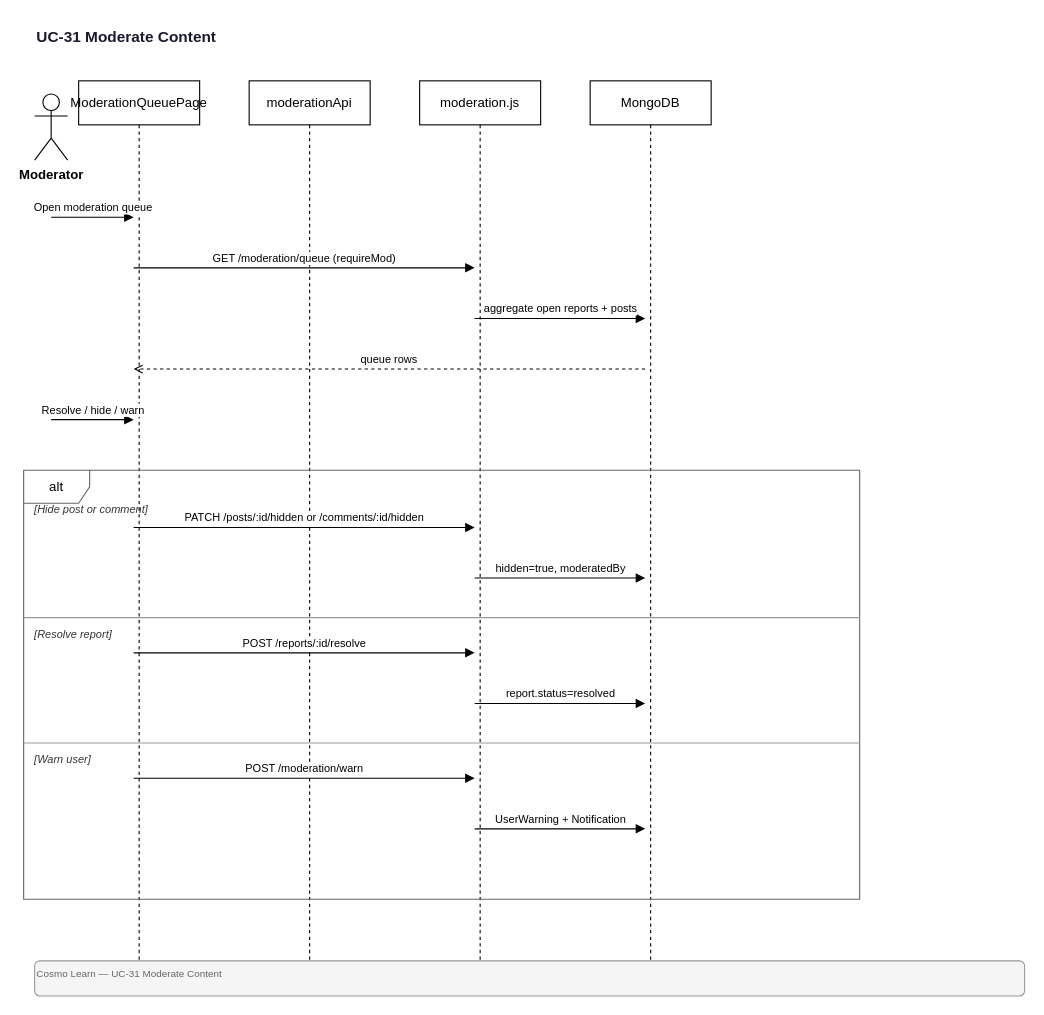
Earlier version of the draw.io diagram docs/diagrams/sequence/UC-31-Moderate-Content.drawio (quangg1/ASTRO_EDU). Source tidied: cells renumbered, new cells numbered last; positions are measured from the earlier drawing's top-left corner, leaving out a move shared by most shapes. Both pictures are drawn from the tidied source at 110%, with x=0, y=0 at pixel (23, 19).
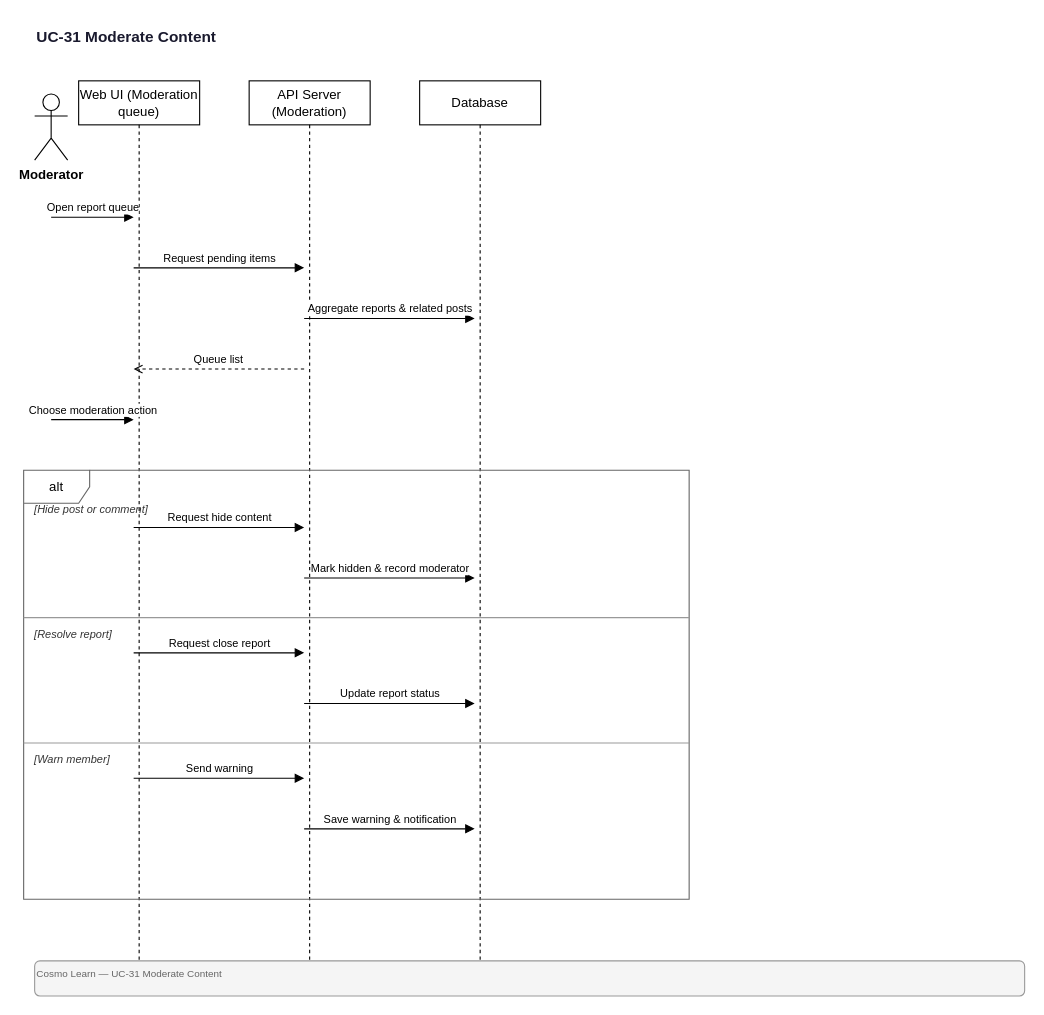
After the change.

Diff of the diagram source:
```diff
@@
-    <mxCell id="4" value="ModerationQueuePage" style="shape=umlLifeline;perimeter=lifelinePerimeter;whiteSpace=wrap;html=1;size=40;" parent="1" vertex="1">
-      <mxGeometry x="50" y="56" width="110" height="802" as="geometry" />
-    </mxCell>
-    <mxCell id="5" value="moderationApi" style="shape=umlLifeline;perimeter=lifelinePerimeter;whiteSpace=wrap;html=1;size=40;" parent="1" vertex="1">
-      <mxGeometry x="205" y="56" width="110" height="802" as="geometry" />
-    </mxCell>
-    <mxCell id="6" value="moderation.js" style="shape=umlLifeline;perimeter=lifelinePerimeter;whiteSpace=wrap;html=1;size=40;" parent="1" vertex="1">
-      <mxGeometry x="360" y="56" width="110" height="802" as="geometry" />
-    </mxCell>
+    <mxCell id="26" value="Web UI (Moderation queue)" style="shape=umlLifeline;perimeter=lifelinePerimeter;whiteSpace=wrap;html=1;size=40;" parent="1" vertex="1">
+      <mxGeometry x="50" y="56" width="110" height="802" as="geometry" />
+    </mxCell>
+    <mxCell id="27" value="API Server (Moderation)" style="shape=umlLifeline;perimeter=lifelinePerimeter;whiteSpace=wrap;html=1;size=40;" parent="1" vertex="1">
+      <mxGeometry x="205" y="56" width="110" height="802" as="geometry" />
+    </mxCell>
-    <mxCell id="7" value="MongoDB" style="shape=umlLifeline;perimeter=lifelinePerimeter;whiteSpace=wrap;html=1;size=40;" parent="1" vertex="1">
-      <mxGeometry x="515" y="56" width="110" height="802" as="geometry" />
+    <mxCell id="7" value="Database" style="shape=umlLifeline;perimeter=lifelinePerimeter;whiteSpace=wrap;html=1;size=40;" parent="1" vertex="1">
+      <mxGeometry x="360" y="56" width="110" height="802" as="geometry" />
     </mxCell>
-    <mxCell id="8" value="Open moderation queue" style="endArrow=block;endFill=1;html=1;fontSize=10;verticalAlign=bottom;" parent="1" edge="1">
+    <mxCell id="8" value="Open report queue" style="endArrow=block;endFill=1;html=1;fontSize=10;verticalAlign=bottom;" parent="1" edge="1">
       <mxGeometry relative="1" as="geometry">
         <mxPoint x="25" y="180" as="sourcePoint" />
         <mxPoint x="100" y="180" as="targetPoint" />
       </mxGeometry>
     </mxCell>
-    <mxCell id="9" value="GET /moderation/queue (requireMod)" style="endArrow=block;endFill=1;html=1;fontSize=10;verticalAlign=bottom;" parent="1" edge="1">
+    <mxCell id="9" value="Request pending items" style="endArrow=block;endFill=1;html=1;fontSize=10;verticalAlign=bottom;" parent="1" edge="1">
       <mxGeometry relative="1" as="geometry">
         <mxPoint x="100" y="226" as="sourcePoint" />
-        <mxPoint x="410" y="226" as="targetPoint" />
+        <mxPoint x="255" y="226" as="targetPoint" />
       </mxGeometry>
     </mxCell>
-    <mxCell id="10" value="aggregate open reports + posts" style="endArrow=block;endFill=1;html=1;fontSize=10;verticalAlign=bottom;" parent="1" edge="1">
+    <mxCell id="10" value="Aggregate reports &amp; related posts" style="endArrow=block;endFill=1;html=1;fontSize=10;verticalAlign=bottom;" parent="1" edge="1">
       <mxGeometry relative="1" as="geometry">
-        <mxPoint x="410" y="272" as="sourcePoint" />
-        <mxPoint x="565" y="272" as="targetPoint" />
+        <mxPoint x="255" y="272" as="sourcePoint" />
+        <mxPoint x="410" y="272" as="targetPoint" />
       </mxGeometry>
     </mxCell>
-    <mxCell id="11" value="queue rows" style="endArrow=open;endFill=0;html=1;dashed=1;fontSize=10;verticalAlign=bottom;" parent="1" edge="1">
+    <mxCell id="11" value="Queue list" style="endArrow=open;endFill=0;html=1;dashed=1;fontSize=10;verticalAlign=bottom;" parent="1" edge="1">
       <mxGeometry relative="1" as="geometry">
-        <mxPoint x="565" y="318" as="sourcePoint" />
+        <mxPoint x="255" y="318" as="sourcePoint" />
         <mxPoint x="100" y="318" as="targetPoint" />
       </mxGeometry>
     </mxCell>
-    <mxCell id="12" value="Resolve / hide / warn" style="endArrow=block;endFill=1;html=1;fontSize=10;verticalAlign=bottom;" parent="1" edge="1">
+    <mxCell id="12" value="Choose moderation action" style="endArrow=block;endFill=1;html=1;fontSize=10;verticalAlign=bottom;" parent="1" edge="1">
       <mxGeometry relative="1" as="geometry">
         <mxPoint x="25" y="364" as="sourcePoint" />
         <mxPoint x="100" y="364" as="targetPoint" />
       </mxGeometry>
     </mxCell>
     <mxCell id="13" value="alt" style="shape=umlFrame;whiteSpace=wrap;html=1;fillColor=none;strokeColor=#666666;" parent="1" vertex="1">
-      <mxGeometry y="410" width="760" height="390" as="geometry" />
+      <mxGeometry y="410" width="605" height="390" as="geometry" />
     </mxCell>
     <mxCell id="14" value="[Hide post or comment]" style="text;html=1;strokeColor=none;fillColor=none;align=left;verticalAlign=middle;fontSize=10;fontStyle=2;fontColor=#333333;" parent="1" vertex="1">
-      <mxGeometry x="8" y="436" width="744" height="18" as="geometry" />
+      <mxGeometry x="8" y="436" width="589" height="18" as="geometry" />
     </mxCell>
-    <mxCell id="15" value="PATCH /posts/:id/hidden or /comments/:id/hidden" style="endArrow=block;endFill=1;html=1;fontSize=10;verticalAlign=bottom;" parent="1" edge="1">
+    <mxCell id="15" value="Request hide content" style="endArrow=block;endFill=1;html=1;fontSize=10;verticalAlign=bottom;" parent="1" edge="1">
       <mxGeometry relative="1" as="geometry">
         <mxPoint x="100" y="462" as="sourcePoint" />
-        <mxPoint x="410" y="462" as="targetPoint" />
+        <mxPoint x="255" y="462" as="targetPoint" />
       </mxGeometry>
     </mxCell>
-    <mxCell id="16" value="hidden=true, moderatedBy" style="endArrow=block;endFill=1;html=1;fontSize=10;verticalAlign=bottom;" parent="1" edge="1">
+    <mxCell id="16" value="Mark hidden &amp; record moderator" style="endArrow=block;endFill=1;html=1;fontSize=10;verticalAlign=bottom;" parent="1" edge="1">
       <mxGeometry relative="1" as="geometry">
-        <mxPoint x="410" y="508" as="sourcePoint" />
-        <mxPoint x="565" y="508" as="targetPoint" />
+        <mxPoint x="255" y="508" as="sourcePoint" />
+        <mxPoint x="410" y="508" as="targetPoint" />
       </mxGeometry>
     </mxCell>
     <mxCell id="17" value="[Resolve report]" style="text;html=1;strokeColor=none;fillColor=none;align=left;verticalAlign=middle;fontSize=10;fontStyle=2;fontColor=#333333;" parent="1" vertex="1">
-      <mxGeometry x="8" y="550" width="744" height="18" as="geometry" />
+      <mxGeometry x="8" y="550" width="589" height="18" as="geometry" />
     </mxCell>
     <mxCell id="18" style="endArrow=none;html=1;strokeWidth=1;strokeColor=#999999;" parent="1" edge="1">
       <mxGeometry relative="1" as="geometry">
         <mxPoint y="544" as="sourcePoint" />
-        <mxPoint x="760" y="544" as="targetPoint" />
+        <mxPoint x="605" y="544" as="targetPoint" />
       </mxGeometry>
     </mxCell>
-    <mxCell id="19" value="POST /reports/:id/resolve" style="endArrow=block;endFill=1;html=1;fontSize=10;verticalAlign=bottom;" parent="1" edge="1">
+    <mxCell id="19" value="Request close report" style="endArrow=block;endFill=1;html=1;fontSize=10;verticalAlign=bottom;" parent="1" edge="1">
       <mxGeometry relative="1" as="geometry">
         <mxPoint x="100" y="576" as="sourcePoint" />
-        <mxPoint x="410" y="576" as="targetPoint" />
+        <mxPoint x="255" y="576" as="targetPoint" />
       </mxGeometry>
     </mxCell>
-    <mxCell id="20" value="report.status=resolved" style="endArrow=block;endFill=1;html=1;fontSize=10;verticalAlign=bottom;" parent="1" edge="1">
+    <mxCell id="20" value="Update report status" style="endArrow=block;endFill=1;html=1;fontSize=10;verticalAlign=bottom;" parent="1" edge="1">
       <mxGeometry relative="1" as="geometry">
-        <mxPoint x="410" y="622" as="sourcePoint" />
-        <mxPoint x="565" y="622" as="targetPoint" />
+        <mxPoint x="255" y="622" as="sourcePoint" />
+        <mxPoint x="410" y="622" as="targetPoint" />
       </mxGeometry>
     </mxCell>
-    <mxCell id="21" value="[Warn user]" style="text;html=1;strokeColor=none;fillColor=none;align=left;verticalAlign=middle;fontSize=10;fontStyle=2;fontColor=#333333;" parent="1" vertex="1">
-      <mxGeometry x="8" y="664" width="744" height="18" as="geometry" />
+    <mxCell id="21" value="[Warn member]" style="text;html=1;strokeColor=none;fillColor=none;align=left;verticalAlign=middle;fontSize=10;fontStyle=2;fontColor=#333333;" parent="1" vertex="1">
+      <mxGeometry x="8" y="664" width="589" height="18" as="geometry" />
     </mxCell>
     <mxCell id="22" style="endArrow=none;html=1;strokeWidth=1;strokeColor=#999999;" parent="1" edge="1">
       <mxGeometry relative="1" as="geometry">
         <mxPoint y="658" as="sourcePoint" />
-        <mxPoint x="760" y="658" as="targetPoint" />
+        <mxPoint x="605" y="658" as="targetPoint" />
       </mxGeometry>
     </mxCell>
-    <mxCell id="23" value="POST /moderation/warn" style="endArrow=block;endFill=1;html=1;fontSize=10;verticalAlign=bottom;" parent="1" edge="1">
+    <mxCell id="23" value="Send warning" style="endArrow=block;endFill=1;html=1;fontSize=10;verticalAlign=bottom;" parent="1" edge="1">
       <mxGeometry relative="1" as="geometry">
         <mxPoint x="100" y="690" as="sourcePoint" />
-        <mxPoint x="410" y="690" as="targetPoint" />
+        <mxPoint x="255" y="690" as="targetPoint" />
       </mxGeometry>
     </mxCell>
-    <mxCell id="24" value="UserWarning + Notification" style="endArrow=block;endFill=1;html=1;fontSize=10;verticalAlign=bottom;" parent="1" edge="1">
+    <mxCell id="24" value="Save warning &amp; notification" style="endArrow=block;endFill=1;html=1;fontSize=10;verticalAlign=bottom;" parent="1" edge="1">
       <mxGeometry relative="1" as="geometry">
-        <mxPoint x="410" y="736" as="sourcePoint" />
-        <mxPoint x="565" y="736" as="targetPoint" />
+        <mxPoint x="255" y="736" as="sourcePoint" />
+        <mxPoint x="410" y="736" as="targetPoint" />
       </mxGeometry>
     </mxCell>
```
